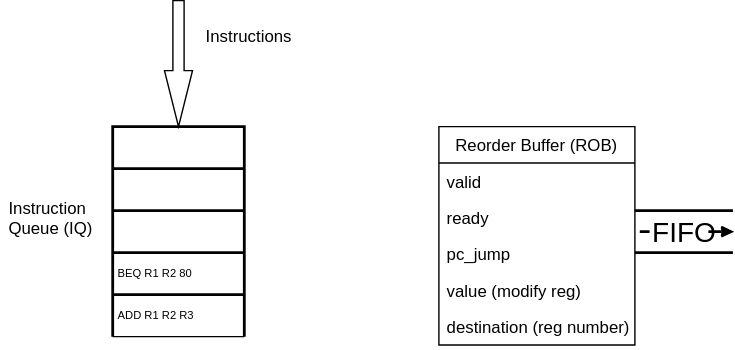
Vexoben/RISCV-CPU-for-Course keeps this draw.io diagram as design.svg. Above is the earlier version. Source tidied: cells renumbered, new cells last; positions are measured from the earlier drawing's top-left corner, leaving out a move shared by most shapes.
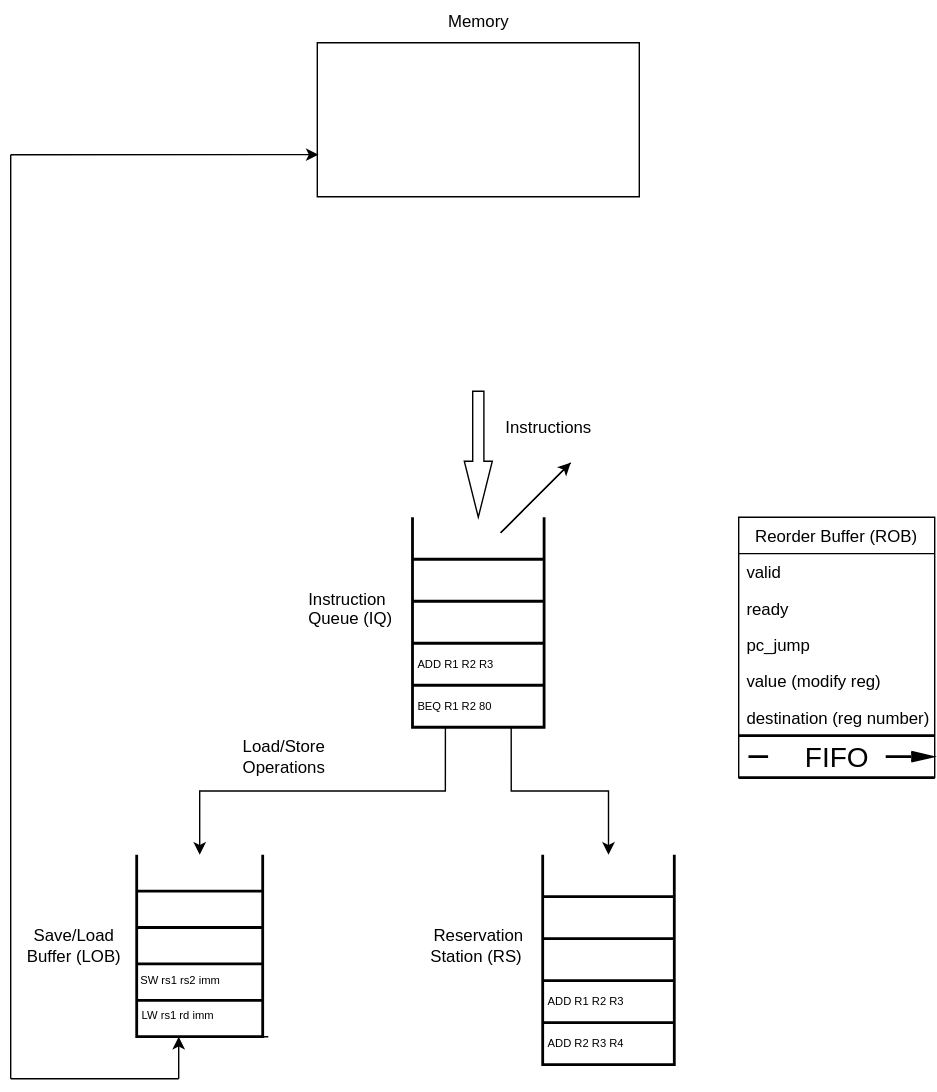
The same diagram one commit later.

Change to the diagram source:
```diff
@@ -2,24 +2,21 @@
   <root>
     <mxCell id="0" />
     <mxCell id="1" parent="0" />
-    <mxCell id="2" style="strokeWidth=2;html=1;shape=mxgraph.lean_mapping.data_box;html=1;" parent="1" vertex="1">
+    <mxCell id="2" style="strokeWidth=2;html=1;shape=mxgraph.lean_mapping.data_box;html=1;rotation=-180;" parent="1" vertex="1">
       <mxGeometry x="80" y="90" width="94" height="150" as="geometry" />
     </mxCell>
-    <mxCell id="3" value="ADD R1 R2 R3" style="text;fontSize=8;spacingLeft=2;verticalAlign=middle;html=1;" parent="2" vertex="1">
-      <mxGeometry y="120" width="94" height="30" as="geometry" />
+    <mxCell id="3" value="ADD R1 R2 R3" style="text;fontSize=8;spacingLeft=2;verticalAlign=middle;html=1;rotation=0;" parent="2" vertex="1">
+      <mxGeometry y="90" width="94" height="30" as="geometry" />
     </mxCell>
     <mxCell id="4" style="endArrow=none;html=1;rounded=0;entryX=1;entryY=1;entryDx=0;entryDy=0;exitX=0;exitY=1;exitDx=0;exitDy=0;" parent="2" edge="1" source="3" target="3">
       <mxGeometry relative="1" as="geometry" />
     </mxCell>
-    <mxCell id="5" value="BEQ R1 R2 80" style="text;fontSize=8;spacingLeft=2;verticalAlign=middle;html=1;" parent="2" vertex="1">
-      <mxGeometry y="90" width="94" height="30" as="geometry" />
+    <mxCell id="5" value="BEQ R1 R2 80" style="text;fontSize=8;spacingLeft=2;verticalAlign=middle;html=1;rotation=0;" parent="2" vertex="1">
+      <mxGeometry y="120" width="94" height="30" as="geometry" />
     </mxCell>
     <mxCell id="6" value="Instruction&#10;Queue (IQ)&#10;" style="text;strokeColor=none;fillColor=none;align=left;verticalAlign=middle;spacingLeft=4;spacingRight=4;overflow=hidden;" parent="1" vertex="1">
       <mxGeometry y="139.9" width="80" height="30" as="geometry" />
     </mxCell>
-    <mxCell id="7" value="FIFO" style="strokeWidth=2;html=1;shape=mxgraph.lean_mapping.fifo_sequence_flow;fontStyle=0;fontSize=20;align=center;" parent="1" vertex="1">
-      <mxGeometry x="453" y="149.9" width="70" height="30" as="geometry" />
-    </mxCell>
     <mxCell id="8" style="html=1;shadow=0;dashed=0;align=center;verticalAlign=middle;shape=mxgraph.arrows2.arrow;dy=0.6;dx=40;direction=south;notch=0;" parent="1" vertex="1">
       <mxGeometry x="117" y="-0.1" width="20" height="90" as="geometry" />
     </mxCell>
@@ -27,7 +24,7 @@
       <mxGeometry x="137" y="11" width="80" height="30" as="geometry" />
     </mxCell>
     <mxCell id="10" value="Reorder Buffer (ROB)" style="swimlane;fontStyle=0;horizontal=1;startSize=26;fillColor=none;" parent="1" vertex="1">
-      <mxGeometry x="313" y="90" width="140" height="156" as="geometry" />
+      <mxGeometry x="313" y="90" width="140" height="186" as="geometry" />
     </mxCell>
     <mxCell id="11" value="valid" style="text;strokeColor=none;fillColor=none;align=left;verticalAlign=top;spacingLeft=4;spacingRight=4;overflow=hidden;" parent="10" vertex="1">
       <mxGeometry y="26" width="140" height="26" as="geometry" />
@@ -44,5 +41,88 @@
     <mxCell id="15" value="destination (reg number)" style="text;strokeColor=none;fillColor=none;align=left;verticalAlign=top;spacingLeft=4;spacingRight=4;overflow=hidden;" parent="10" vertex="1">
       <mxGeometry y="130" width="140" height="26" as="geometry" />
     </mxCell>
+    <mxCell id="7" value="FIFO" style="strokeWidth=2;html=1;shape=mxgraph.lean_mapping.fifo_sequence_flow;fontStyle=0;fontSize=20;align=center;" parent="10" vertex="1">
+      <mxGeometry y="156" width="140" height="30" as="geometry" />
+    </mxCell>
+    <mxCell id="16" style="verticalLabelPosition=bottom;verticalAlign=top;html=1;shape=mxgraph.basic.rect;fillColor2=none;strokeWidth=1;size=20;indent=5;" parent="1" vertex="1">
+      <mxGeometry x="12" y="-249" width="230" height="110" as="geometry" />
+    </mxCell>
+    <mxCell id="17" value="Memory" style="text;html=1;align=center;verticalAlign=middle;strokeColor=none;fillColor=none;" parent="1" vertex="1">
+      <mxGeometry x="92" y="-279" width="70" height="30" as="geometry" />
+    </mxCell>
+    <mxCell id="18" style="strokeWidth=2;html=1;shape=mxgraph.lean_mapping.data_box;html=1;rotation=-180;" parent="1" vertex="1">
+      <mxGeometry x="-117" y="331" width="90" height="130" as="geometry" />
+    </mxCell>
+    <mxCell id="19" style="edgeStyle=orthogonalEdgeStyle;rounded=0;jettySize=auto;html=1;exitX=0.25;exitY=1;exitDx=0;exitDy=0;entryX=0.5;entryY=1;entryDx=0;entryDy=0;" parent="1" edge="1" source="5" target="18">
+      <mxGeometry relative="1" as="geometry" />
+    </mxCell>
+    <mxCell id="20" value="Save/Load&lt;br&gt;Buffer (LOB)" style="text;html=1;align=center;verticalAlign=middle;strokeColor=none;fillColor=none;" parent="1" vertex="1">
+      <mxGeometry x="-207" y="376" width="90" height="40" as="geometry" />
+    </mxCell>
+    <mxCell id="21" value="LW rs1 rd imm" style="text;fontSize=8;spacingLeft=2;verticalAlign=middle;html=1;rotation=0;" parent="1" vertex="1">
+      <mxGeometry x="-117" y="431" width="94" height="30" as="geometry" />
+    </mxCell>
+    <mxCell id="22" style="endArrow=none;html=1;rounded=0;entryX=1;entryY=1;entryDx=0;entryDy=0;exitX=0;exitY=1;exitDx=0;exitDy=0;" parent="1" edge="1" source="21" target="21">
+      <mxGeometry relative="1" as="geometry" />
+    </mxCell>
+    <mxCell id="23" value="SW rs1 rs2 imm" style="text;fontSize=8;spacingLeft=2;verticalAlign=middle;html=1;rotation=0;" parent="1" vertex="1">
+      <mxGeometry x="-118" y="406" width="94" height="30" as="geometry" />
+    </mxCell>
+    <mxCell id="24" style="endArrow=none;html=1;rounded=0;" parent="1" edge="1">
+      <mxGeometry relative="1" as="geometry">
+        <mxPoint x="-207" y="491" as="sourcePoint" />
+        <mxPoint x="-87" y="491" as="targetPoint" />
+      </mxGeometry>
+    </mxCell>
+    <mxCell id="25" style="endArrow=none;html=1;rounded=0;" parent="1" edge="1">
+      <mxGeometry relative="1" as="geometry">
+        <mxPoint x="-207" y="491" as="sourcePoint" />
+        <mxPoint x="-207" y="-169" as="targetPoint" />
+      </mxGeometry>
+    </mxCell>
+    <mxCell id="26" style="endArrow=none;html=1;rounded=0;" parent="1" edge="1">
+      <mxGeometry relative="1" as="geometry">
+        <mxPoint x="143" y="101" as="sourcePoint" />
+        <mxPoint x="193" y="51" as="targetPoint" />
+      </mxGeometry>
+    </mxCell>
+    <mxCell id="27" style="endArrow=classic;html=1;rounded=0;" parent="1" edge="1">
+      <mxGeometry relative="1" as="geometry">
+        <mxPoint x="143" y="101" as="sourcePoint" />
+        <mxPoint x="193" y="51" as="targetPoint" />
+      </mxGeometry>
+    </mxCell>
+    <mxCell id="28" style="endArrow=classic;html=1;rounded=0;entryX=0.004;entryY=0.727;entryDx=0;entryDy=0;entryPerimeter=0;" parent="1" edge="1" target="16">
+      <mxGeometry relative="1" as="geometry">
+        <mxPoint x="-207" y="-169" as="sourcePoint" />
+      </mxGeometry>
+    </mxCell>
+    <mxCell id="29" style="endArrow=classic;html=1;rounded=0;" parent="1" edge="1">
+      <mxGeometry relative="1" as="geometry">
+        <mxPoint x="-87" y="491" as="sourcePoint" />
+        <mxPoint x="-87" y="461" as="targetPoint" />
+      </mxGeometry>
+    </mxCell>
+    <mxCell id="30" style="strokeWidth=2;html=1;shape=mxgraph.lean_mapping.data_box;html=1;rotation=-180;" parent="1" vertex="1">
+      <mxGeometry x="173" y="331" width="94" height="150" as="geometry" />
+    </mxCell>
+    <mxCell id="31" value="ADD R1 R2 R3" style="text;fontSize=8;spacingLeft=2;verticalAlign=middle;html=1;rotation=0;" parent="30" vertex="1">
+      <mxGeometry y="90" width="94" height="30" as="geometry" />
+    </mxCell>
+    <mxCell id="32" style="endArrow=none;html=1;rounded=0;entryX=1;entryY=1;entryDx=0;entryDy=0;exitX=0;exitY=1;exitDx=0;exitDy=0;" parent="30" edge="1" source="31" target="31">
+      <mxGeometry relative="1" as="geometry" />
+    </mxCell>
+    <mxCell id="33" value="ADD R2 R3 R4" style="text;fontSize=8;spacingLeft=2;verticalAlign=middle;html=1;rotation=0;" parent="30" vertex="1">
+      <mxGeometry y="120" width="94" height="30" as="geometry" />
+    </mxCell>
+    <mxCell id="34" style="edgeStyle=orthogonalEdgeStyle;rounded=0;jettySize=auto;html=1;exitX=0.75;exitY=1;exitDx=0;exitDy=0;entryX=0.5;entryY=1;entryDx=0;entryDy=0;" parent="1" edge="1" source="5" target="30">
+      <mxGeometry relative="1" as="geometry" />
+    </mxCell>
+    <mxCell id="35" value="Reservation&lt;br&gt;Station (RS)&amp;nbsp;" style="text;html=1;align=center;verticalAlign=middle;strokeColor=none;fillColor=none;" parent="1" vertex="1">
+      <mxGeometry x="82" y="376" width="90" height="40" as="geometry" />
+    </mxCell>
+    <mxCell id="36" value="Load/Store&lt;br&gt;Operations" style="text;html=1;align=center;verticalAlign=middle;strokeColor=none;fillColor=none;" parent="1" vertex="1">
+      <mxGeometry x="-52" y="241" width="80" height="40" as="geometry" />
+    </mxCell>
   </root>
 </mxGraphModel>
```
